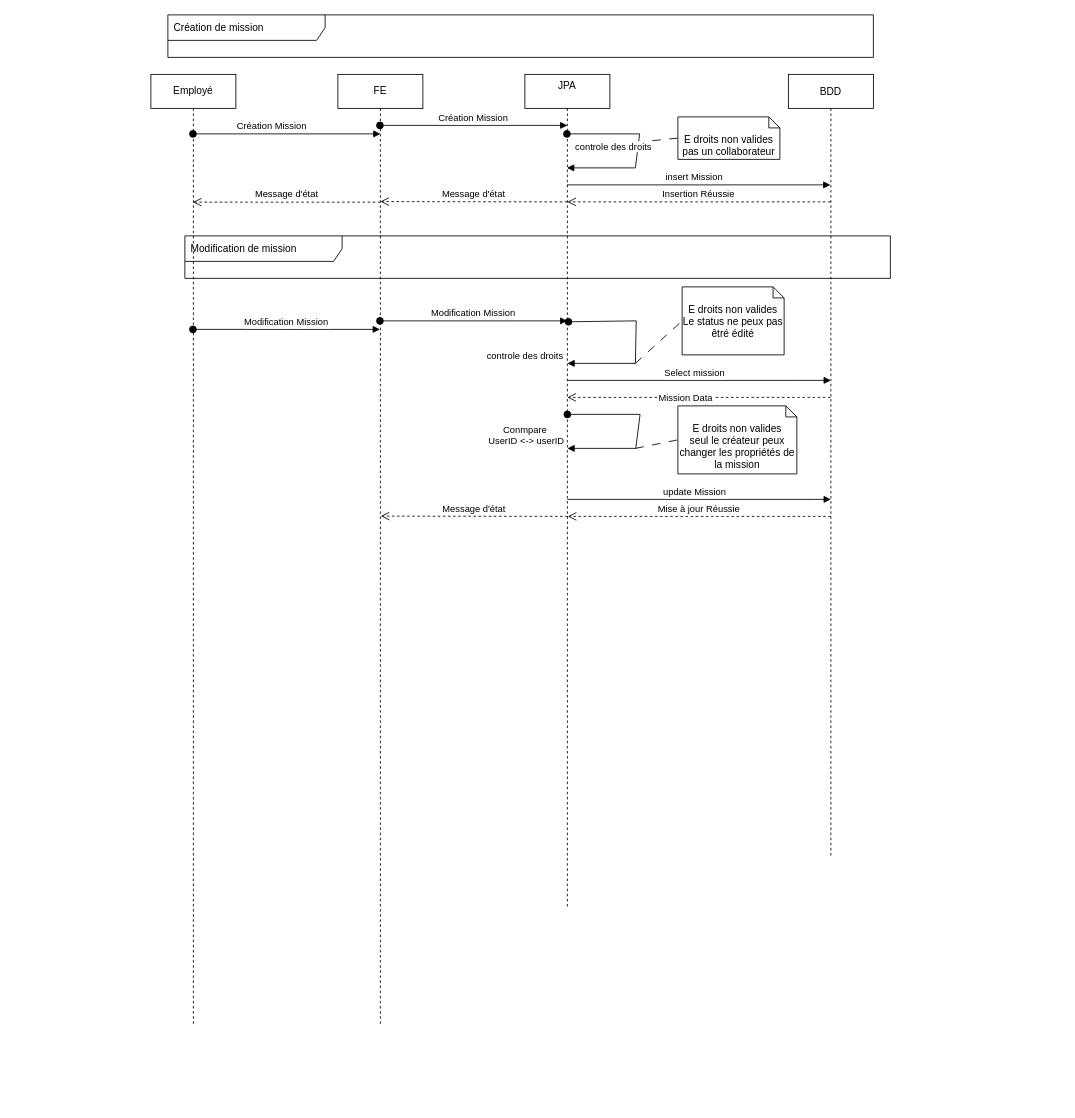
Earlier version of the draw.io diagram Conception/SequenceBE.drawio (VincentProuchet/Gestion_Missions_BE). Source tidied: cells renumbered, new cells numbered last; positions are measured from the earlier drawing's top-left corner, leaving out a move shared by most shapes. Both pictures are drawn from the tidied source at 85%, with x=0, y=0 at pixel (150, 14).
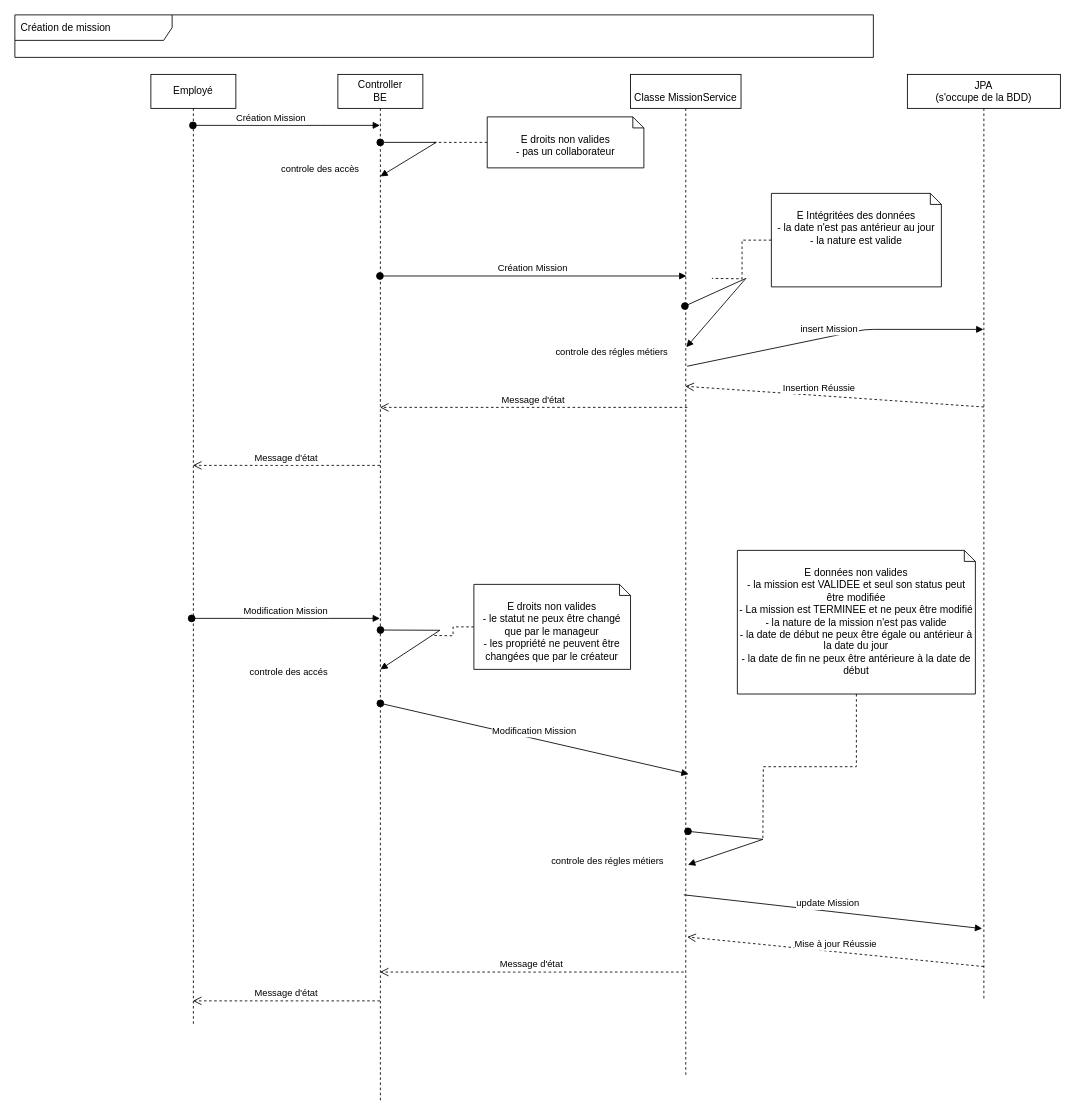
After the change.

Commit message:
Mettre à jour SequenceBE.drawio

The change refers to these unchanged cells:
```xml
<mxCell id="26" value="Employé" style="shape=umlLifeline;perimeter=lifelinePerimeter;whiteSpace=wrap;html=1;outlineConnect=0;" parent="1" vertex="1">
  <mxGeometry y="70" width="100" height="1120" as="geometry" />
</mxCell>
```

Diff of the diagram source:
```diff
@@
-    <mxCell id="2" value="JPA&#10;" style="shape=umlLifeline;perimeter=lifelinePerimeter;rounded=0;shadow=0;strokeWidth=1;" parent="1" vertex="1">
-      <mxGeometry x="440" y="70" width="100" height="980" as="geometry" />
+    <mxCell id="2" value="&#10;Classe MissionService" style="shape=umlLifeline;perimeter=lifelinePerimeter;rounded=0;shadow=0;strokeWidth=1;" parent="1" vertex="1">
+      <mxGeometry x="564.3" y="70" width="130" height="1180" as="geometry" />
     </mxCell>
+    <mxCell id="17" value="controle des régles métiers" style="html=1;verticalAlign=bottom;startArrow=oval;startFill=1;endArrow=block;startSize=8;rounded=0;exitX=0.52;exitY=0.636;exitDx=0;exitDy=0;exitPerimeter=0;entryX=0.52;entryY=0.788;entryDx=0;entryDy=0;entryPerimeter=0;" parent="2" edge="1" target="2">
+      <mxGeometry x="1" y="-72" relative="1" as="geometry">
+        <mxPoint x="67.6" y="890.5" as="sourcePoint" />
+        <Array as="points">
+          <mxPoint x="155.7" y="900" />
+        </Array>
+        <mxPoint x="-71" y="72" as="offset" />
+      </mxGeometry>
+    </mxCell>
-    <mxCell id="3" value="BDD" style="shape=umlLifeline;perimeter=lifelinePerimeter;rounded=0;shadow=0;strokeWidth=1;" parent="1" vertex="1">
-      <mxGeometry x="750" y="70" width="100" height="920" as="geometry" />
+    <mxCell id="3" value="JPA&#10;(s'occupe de la BDD)" style="shape=umlLifeline;perimeter=lifelinePerimeter;rounded=0;shadow=0;strokeWidth=1;" parent="1" vertex="1">
+      <mxGeometry x="890" y="70" width="180" height="1090" as="geometry" />
     </mxCell>
-    <mxCell id="4" style="endArrow=none;startArrow=none;endFill=0;startFill=0;endSize=8;html=1;verticalAlign=bottom;dashed=1;labelBackgroundColor=none;dashPattern=10 10;rounded=0;entryX=0;entryY=0.5;entryDx=0;entryDy=0;entryPerimeter=0;" parent="3" edge="1" target="11">
-      <mxGeometry relative="1" as="geometry">
-        <mxPoint x="-180" y="80" as="sourcePoint" />
-      </mxGeometry>
-    </mxCell>
-    <mxCell id="5" value="Insertion Réussie" style="verticalAlign=bottom;endArrow=open;dashed=1;endSize=8;shadow=0;strokeWidth=1;" parent="1" edge="1" source="3">
-      <mxGeometry relative="1" as="geometry">
-        <mxPoint x="490" y="220" as="targetPoint" />
-        <Array as="points">
-          <mxPoint x="770" y="220" />
-        </Array>
-      </mxGeometry>
+    <mxCell id="5" value="Insertion Réussie" style="verticalAlign=bottom;endArrow=open;dashed=1;endSize=8;shadow=0;strokeWidth=1;exitX=0.5;exitY=0.359;exitDx=0;exitDy=0;exitPerimeter=0;entryX=0.496;entryY=0.311;entryDx=0;entryDy=0;entryPerimeter=0;" parent="1" edge="1" source="3" target="2">
+      <mxGeometry x="0.1" relative="1" as="geometry" />
     </mxCell>
-    <mxCell id="6" value="insert Mission" style="verticalAlign=bottom;endArrow=block;shadow=0;strokeWidth=1;" parent="1" edge="1" source="2" target="3">
+    <mxCell id="6" value="insert Mission" style="verticalAlign=bottom;endArrow=block;shadow=0;strokeWidth=1;exitX=0.512;exitY=0.291;exitDx=0;exitDy=0;exitPerimeter=0;" parent="1" edge="1" source="2">
       <mxGeometry x="-0.03" relative="1" as="geometry">
+        <mxPoint x="979.5" y="370" as="targetPoint" />
         <Array as="points">
-          <mxPoint x="770" y="200" />
+          <mxPoint x="840" y="370" />
         </Array>
       </mxGeometry>
     </mxCell>
-    <mxCell id="7" value="FE" style="shape=umlLifeline;perimeter=lifelinePerimeter;whiteSpace=wrap;html=1;outlineConnect=0;" parent="1" vertex="1">
-      <mxGeometry x="220" y="70" width="100" height="1120" as="geometry" />
+    <mxCell id="7" value="&lt;div&gt;Controller&lt;/div&gt;&lt;div&gt;BE&lt;br&gt;&lt;/div&gt;" style="shape=umlLifeline;perimeter=lifelinePerimeter;whiteSpace=wrap;html=1;outlineConnect=0;" parent="1" vertex="1">
+      <mxGeometry x="220" y="70" width="100" height="1210" as="geometry" />
     </mxCell>
-    <mxCell id="8" value="Création Mission" style="verticalAlign=bottom;startArrow=oval;endArrow=block;startSize=8;shadow=0;strokeWidth=1;" parent="1" edge="1" source="7">
-      <mxGeometry relative="1" as="geometry">
-        <mxPoint x="490" y="130" as="targetPoint" />
-        <Array as="points">
-          <mxPoint x="490" y="130" />
-        </Array>
-      </mxGeometry>
-    </mxCell>
+    <mxCell id="30" value="&lt;div&gt;controle des accés&lt;/div&gt;" style="html=1;verticalAlign=bottom;startArrow=oval;startFill=1;endArrow=block;startSize=8;rounded=0;exitX=0.52;exitY=0.636;exitDx=0;exitDy=0;exitPerimeter=0;entryX=0.519;entryY=0.681;entryDx=0;entryDy=0;entryPerimeter=0;" parent="7" edge="1">
+      <mxGeometry x="1" y="-70" relative="1" as="geometry">
+        <mxPoint x="50.1" y="653.7" as="sourcePoint" />
+        <mxPoint x="50" y="700" as="targetPoint" />
+        <Array as="points">
+          <mxPoint x="120" y="654" />
+        </Array>
+        <mxPoint x="-69" y="70" as="offset" />
+      </mxGeometry>
+    </mxCell>
     <mxCell id="9" value="Création de mission" style="shape=umlFrame;whiteSpace=wrap;html=1;width=185;height=30;boundedLbl=1;verticalAlign=middle;align=left;spacingLeft=5;" parent="1" vertex="1">
-      <mxGeometry x="20" width="830" height="50" as="geometry" />
+      <mxGeometry x="-160" width="1010" height="50" as="geometry" />
     </mxCell>
-    <mxCell id="10" value="&lt;div&gt;controle des droits&lt;/div&gt;" style="html=1;verticalAlign=bottom;startArrow=oval;startFill=1;endArrow=block;startSize=8;rounded=0;" parent="1" edge="1" source="2" target="2">
-      <mxGeometry x="0.47" y="-16" relative="1" as="geometry">
+    <mxCell id="10" value="&lt;div&gt;controle des régles métiers&lt;/div&gt;" style="html=1;verticalAlign=bottom;startArrow=oval;startFill=1;endArrow=block;startSize=8;rounded=0;exitX=0.492;exitY=0.231;exitDx=0;exitDy=0;exitPerimeter=0;entryX=0.505;entryY=0.272;entryDx=0;entryDy=0;entryPerimeter=0;" parent="1" edge="1" source="2" target="2">
+      <mxGeometry x="1" y="-70" relative="1" as="geometry">
         <Array as="points">
-          <mxPoint x="575" y="140" />
-          <mxPoint x="570" y="180" />
+          <mxPoint x="700" y="310" />
         </Array>
+        <mxPoint x="-35" y="61" as="offset" />
       </mxGeometry>
     </mxCell>
+    <mxCell id="31" style="edgeStyle=orthogonalEdgeStyle;rounded=0;jettySize=auto;html=1;dashed=1;endArrow=none;endFill=0;" parent="1" edge="1" source="11">
+      <mxGeometry relative="1" as="geometry">
+        <mxPoint x="660" y="310" as="targetPoint" />
+      </mxGeometry>
+    </mxCell>
-    <mxCell id="11" value="&lt;div&gt;E droits non valides&lt;/div&gt;&lt;div&gt;pas un collaborateur&lt;br&gt;&lt;/div&gt;" style="shape=note2;boundedLbl=1;whiteSpace=wrap;html=1;size=13;verticalAlign=top;align=center;" parent="1" vertex="1">
-      <mxGeometry x="620" y="120" width="120" height="50" as="geometry" />
+    <mxCell id="11" value="&lt;div&gt;E Intégritées des données&lt;/div&gt;&lt;div&gt;- la date n'est pas antérieur au jour&lt;/div&gt;&lt;div&gt;- la nature est valide&lt;/div&gt;&lt;div&gt;&lt;br&gt;&lt;/div&gt;" style="shape=note2;boundedLbl=1;whiteSpace=wrap;html=1;size=13;verticalAlign=top;align=center;" parent="1" vertex="1">
+      <mxGeometry x="730" y="210" width="200" height="110" as="geometry" />
     </mxCell>
-    <mxCell id="12" value="Message d'état" style="verticalAlign=bottom;endArrow=open;dashed=1;endSize=8;shadow=0;strokeWidth=1;" parent="1" edge="1">
-      <mxGeometry relative="1" as="geometry">
-        <mxPoint x="490" y="220" as="sourcePoint" />
-        <mxPoint x="270" y="219.7" as="targetPoint" />
-      </mxGeometry>
+    <mxCell id="12" value="Message d'état" style="verticalAlign=bottom;endArrow=open;dashed=1;endSize=8;shadow=0;strokeWidth=1;exitX=0.514;exitY=0.332;exitDx=0;exitDy=0;exitPerimeter=0;" parent="1" edge="1" source="2" target="7">
+      <mxGeometry relative="1" as="geometry" />
     </mxCell>
-    <mxCell id="13" style="endArrow=none;startArrow=none;endFill=0;startFill=0;endSize=8;html=1;verticalAlign=bottom;dashed=1;labelBackgroundColor=none;dashPattern=10 10;rounded=0;entryX=0;entryY=0.5;entryDx=0;entryDy=0;entryPerimeter=0;" parent="1" edge="1" target="18">
-      <mxGeometry relative="1" as="geometry">
-        <mxPoint x="570" y="410" as="sourcePoint" />
-      </mxGeometry>
-    </mxCell>
-    <mxCell id="14" value="Mise à jour Réussie" style="verticalAlign=bottom;endArrow=open;dashed=1;endSize=8;shadow=0;strokeWidth=1;" parent="1" edge="1">
-      <mxGeometry relative="1" as="geometry">
-        <mxPoint x="800" y="590" as="sourcePoint" />
-        <mxPoint x="490.5" y="590" as="targetPoint" />
-        <Array as="points">
-          <mxPoint x="770.5" y="590" />
-        </Array>
-      </mxGeometry>
+    <mxCell id="14" value="Mise à jour Réussie" style="verticalAlign=bottom;endArrow=open;dashed=1;endSize=8;shadow=0;strokeWidth=1;entryX=0.513;entryY=0.86;entryDx=0;entryDy=0;entryPerimeter=0;exitX=0.5;exitY=0.963;exitDx=0;exitDy=0;exitPerimeter=0;" parent="1" edge="1" source="3" target="2">
+      <mxGeometry relative="1" as="geometry" />
     </mxCell>
-    <mxCell id="15" value="Select mission" style="verticalAlign=bottom;endArrow=block;shadow=0;strokeWidth=1;" parent="1" edge="1">
-      <mxGeometry x="-0.03" relative="1" as="geometry">
-        <mxPoint x="490" y="430" as="sourcePoint" />
-        <mxPoint x="800" y="430" as="targetPoint" />
-        <Array as="points">
-          <mxPoint x="770.5" y="430" />
-        </Array>
-      </mxGeometry>
-    </mxCell>
-    <mxCell id="16" value="Modification Mission" style="verticalAlign=bottom;startArrow=oval;endArrow=block;startSize=8;shadow=0;strokeWidth=1;" parent="1" edge="1" source="7">
+    <mxCell id="16" value="Modification Mission" style="verticalAlign=bottom;startArrow=oval;endArrow=block;startSize=8;shadow=0;strokeWidth=1;entryX=0.526;entryY=0.579;entryDx=0;entryDy=0;entryPerimeter=0;" parent="1" edge="1">
       <mxGeometry relative="1" as="geometry">
-        <mxPoint x="490" y="360" as="targetPoint" />
+        <mxPoint x="270" y="810" as="sourcePoint" />
+        <mxPoint x="632.7" y="893.2" as="targetPoint" />
       </mxGeometry>
     </mxCell>
-    <mxCell id="17" value="controle des droits" style="html=1;verticalAlign=bottom;startArrow=oval;startFill=1;endArrow=block;startSize=8;rounded=0;exitX=0.513;exitY=0.297;exitDx=0;exitDy=0;exitPerimeter=0;" parent="1" edge="1" source="2">
-      <mxGeometry x="1" y="50" relative="1" as="geometry">
-        <mxPoint x="490" y="410" as="targetPoint" />
-        <Array as="points">
-          <mxPoint x="571" y="360" />
-          <mxPoint x="570" y="410" />
-        </Array>
-        <mxPoint x="-50" y="-50" as="offset" />
-      </mxGeometry>
-    </mxCell>
-    <mxCell id="18" value="&lt;div&gt;E droits non valides&lt;/div&gt;&lt;div&gt;Le status ne peux pas êtré édité&lt;br&gt;&lt;/div&gt;" style="shape=note2;boundedLbl=1;whiteSpace=wrap;html=1;size=13;verticalAlign=top;align=center;" parent="1" vertex="1">
-      <mxGeometry x="625" y="320" width="120" height="80" as="geometry" />
-    </mxCell>
+    <mxCell id="32" style="edgeStyle=orthogonalEdgeStyle;rounded=0;jettySize=auto;html=1;dashed=1;endArrow=none;endFill=0;" parent="1" edge="1" source="18">
+      <mxGeometry relative="1" as="geometry">
+        <mxPoint x="720" y="970" as="targetPoint" />
+      </mxGeometry>
+    </mxCell>
-    <mxCell id="19" value="Message d'état" style="verticalAlign=bottom;endArrow=open;dashed=1;endSize=8;shadow=0;strokeWidth=1;" parent="1" edge="1">
-      <mxGeometry relative="1" as="geometry">
-        <mxPoint x="490.5" y="590" as="sourcePoint" />
-        <mxPoint x="270.5" y="589.7" as="targetPoint" />
-      </mxGeometry>
+    <mxCell id="19" value="Message d'état" style="verticalAlign=bottom;endArrow=open;dashed=1;endSize=8;shadow=0;strokeWidth=1;exitX=0.482;exitY=0.895;exitDx=0;exitDy=0;exitPerimeter=0;" parent="1" edge="1" source="2" target="7">
+      <mxGeometry relative="1" as="geometry" />
     </mxCell>
-    <mxCell id="20" value="Modification de mission" style="shape=umlFrame;whiteSpace=wrap;html=1;width=185;height=30;boundedLbl=1;verticalAlign=middle;align=left;spacingLeft=5;" parent="1" vertex="1">
-      <mxGeometry x="40" y="260" width="830" height="50" as="geometry" />
-    </mxCell>
-    <mxCell id="21" value="update Mission" style="verticalAlign=bottom;endArrow=block;shadow=0;strokeWidth=1;" parent="1" edge="1">
-      <mxGeometry x="-0.03" relative="1" as="geometry">
-        <mxPoint x="490" y="570" as="sourcePoint" />
-        <mxPoint x="800" y="570" as="targetPoint" />
-        <Array as="points">
-          <mxPoint x="770.5" y="570" />
-        </Array>
-      </mxGeometry>
+    <mxCell id="21" value="update Mission" style="verticalAlign=bottom;endArrow=block;shadow=0;strokeWidth=1;entryX=0.489;entryY=0.922;entryDx=0;entryDy=0;entryPerimeter=0;exitX=0.482;exitY=0.818;exitDx=0;exitDy=0;exitPerimeter=0;" parent="1" edge="1" source="2" target="3">
+      <mxGeometry x="-0.03" relative="1" as="geometry" />
     </mxCell>
-    <mxCell id="22" value="Mission Data" style="verticalAlign=bottom;endArrow=open;dashed=1;endSize=8;shadow=0;strokeWidth=1;" parent="1" edge="1">
-      <mxGeometry x="0.1" y="10" relative="1" as="geometry">
-        <mxPoint x="799.5" y="450" as="sourcePoint" />
-        <mxPoint x="490" y="450" as="targetPoint" />
-        <Array as="points">
-          <mxPoint x="770" y="450" />
-        </Array>
-      </mxGeometry>
-    </mxCell>
-    <mxCell id="23" value="&lt;div&gt;Conmpare&lt;/div&gt;&lt;div&gt;&amp;nbsp;UserID &amp;lt;-&amp;gt; userID&lt;br&gt;&lt;/div&gt;" style="html=1;verticalAlign=bottom;startArrow=oval;startFill=1;endArrow=block;startSize=8;rounded=0;" parent="1" edge="1">
-      <mxGeometry x="1" y="50" relative="1" as="geometry">
-        <mxPoint x="490" y="470" as="sourcePoint" />
-        <mxPoint x="490" y="510" as="targetPoint" />
-        <Array as="points">
-          <mxPoint x="575.5" y="470" />
-          <mxPoint x="570.5" y="510" />
-        </Array>
-        <mxPoint x="-50" y="-50" as="offset" />
-      </mxGeometry>
-    </mxCell>
-    <mxCell id="24" style="endArrow=none;startArrow=none;endFill=0;startFill=0;endSize=8;html=1;verticalAlign=bottom;dashed=1;labelBackgroundColor=none;dashPattern=10 10;rounded=0;entryX=0;entryY=0.5;entryDx=0;entryDy=0;entryPerimeter=0;" parent="1" edge="1" target="25">
-      <mxGeometry relative="1" as="geometry">
-        <mxPoint x="570" y="510" as="sourcePoint" />
-      </mxGeometry>
-    </mxCell>
-    <mxCell id="25" value="&lt;div&gt;E droits non valides&lt;/div&gt;&lt;div&gt;seul le créateur peux changer les propriétés de la mission&lt;br&gt;&lt;/div&gt;" style="shape=note2;boundedLbl=1;whiteSpace=wrap;html=1;size=13;verticalAlign=top;align=center;" parent="1" vertex="1">
-      <mxGeometry x="620" y="460" width="140" height="80" as="geometry" />
-    </mxCell>
@@
-    <mxCell id="27" value="Création Mission" style="verticalAlign=bottom;startArrow=oval;endArrow=block;startSize=8;shadow=0;strokeWidth=1;" parent="1" edge="1" source="26">
+    <mxCell id="27" value="Création Mission" style="verticalAlign=bottom;startArrow=oval;endArrow=block;startSize=8;shadow=0;strokeWidth=1;" parent="1" edge="1" source="26" target="7">
       <mxGeometry x="-0.16" relative="1" as="geometry">
-        <mxPoint x="270.2" y="140" as="targetPoint" />
         <Array as="points">
-          <mxPoint x="270.2" y="140" />
+          <mxPoint x="190" y="130" />
         </Array>
       </mxGeometry>
     </mxCell>
-    <mxCell id="28" value="Message d'état" style="verticalAlign=bottom;endArrow=open;dashed=1;endSize=8;shadow=0;strokeWidth=1;" parent="1" edge="1" target="26">
+    <mxCell id="28" value="Message d'état" style="verticalAlign=bottom;endArrow=open;dashed=1;endSize=8;shadow=0;strokeWidth=1;" parent="1" edge="1" source="7" target="26">
       <mxGeometry relative="1" as="geometry">
-        <mxPoint x="270" y="220.3" as="sourcePoint" />
+        <Array as="points">
+          <mxPoint x="220" y="530" />
+        </Array>
       </mxGeometry>
     </mxCell>
-    <mxCell id="29" value="Modification Mission" style="verticalAlign=bottom;startArrow=oval;endArrow=block;startSize=8;shadow=0;strokeWidth=1;" parent="1" edge="1" source="26" target="7">
+    <mxCell id="29" value="Modification Mission" style="verticalAlign=bottom;startArrow=oval;endArrow=block;startSize=8;shadow=0;strokeWidth=1;" parent="1" edge="1">
       <mxGeometry relative="1" as="geometry">
+        <mxPoint x="48" y="710" as="sourcePoint" />
+        <mxPoint x="269.5" y="710" as="targetPoint" />
         <Array as="points">
-          <mxPoint x="170" y="370" />
+          <mxPoint x="170" y="710" />
         </Array>
       </mxGeometry>
     </mxCell>
+    <mxCell id="8" value="Création Mission" style="verticalAlign=bottom;startArrow=oval;endArrow=block;startSize=8;shadow=0;strokeWidth=1;entryX=0.506;entryY=0.201;entryDx=0;entryDy=0;entryPerimeter=0;" parent="1" edge="1" source="7" target="2">
+      <mxGeometry relative="1" as="geometry" />
+    </mxCell>
+    <mxCell id="33" value="&lt;div&gt;controle des accès &lt;br&gt;&lt;/div&gt;" style="html=1;verticalAlign=bottom;startArrow=oval;startFill=1;endArrow=block;startSize=8;rounded=0;" parent="1" edge="1">
+      <mxGeometry x="1" y="-70" relative="1" as="geometry">
+        <mxPoint x="269.9" y="150" as="sourcePoint" />
+        <mxPoint x="270" y="190" as="targetPoint" />
+        <Array as="points">
+          <mxPoint x="335.7" y="150" />
+        </Array>
+        <mxPoint x="-34" y="60" as="offset" />
+      </mxGeometry>
+    </mxCell>
+    <mxCell id="34" style="edgeStyle=orthogonalEdgeStyle;rounded=0;jettySize=auto;html=1;dashed=1;endArrow=none;endFill=0;" parent="1" edge="1" source="35">
+      <mxGeometry relative="1" as="geometry">
+        <mxPoint x="330" y="150" as="targetPoint" />
+      </mxGeometry>
+    </mxCell>
+    <mxCell id="35" value="&lt;div&gt;E droits non valides&lt;/div&gt;&lt;div&gt;- pas un collaborateur&lt;/div&gt;" style="shape=note2;boundedLbl=1;whiteSpace=wrap;html=1;size=13;verticalAlign=top;align=center;" parent="1" vertex="1">
+      <mxGeometry x="395.7" y="120" width="184.3" height="60" as="geometry" />
+    </mxCell>
+    <mxCell id="36" style="edgeStyle=orthogonalEdgeStyle;rounded=0;jettySize=auto;html=1;dashed=1;strokeColor=none;endArrow=none;endFill=0;" parent="1" edge="1" source="38">
+      <mxGeometry relative="1" as="geometry">
+        <mxPoint x="320" y="760" as="targetPoint" />
+      </mxGeometry>
+    </mxCell>
+    <mxCell id="37" style="edgeStyle=orthogonalEdgeStyle;rounded=0;jettySize=auto;html=1;dashed=1;endArrow=none;endFill=0;" parent="1" edge="1" source="38">
+      <mxGeometry relative="1" as="geometry">
+        <mxPoint x="330" y="730" as="targetPoint" />
+      </mxGeometry>
+    </mxCell>
+    <mxCell id="38" value="&lt;div&gt;E droits non valides&lt;/div&gt;&lt;div&gt;- le statut ne peux être changé que par le manageur&lt;/div&gt;&lt;div&gt;- les propriété ne peuvent être changées que par le créateur&lt;br&gt;&lt;/div&gt;" style="shape=note2;boundedLbl=1;whiteSpace=wrap;html=1;size=13;verticalAlign=top;align=center;" parent="1" vertex="1">
+      <mxGeometry x="380" y="670" width="184.3" height="100" as="geometry" />
+    </mxCell>
+    <mxCell id="18" value="&lt;div&gt;E données non valides&lt;br&gt;&lt;/div&gt;&lt;div&gt;- la mission est VALIDEE et seul son status peut être modifiée&lt;/div&gt;&lt;div&gt;- La mission est TERMINEE et ne peux être modifié&lt;/div&gt;&lt;div&gt;- la nature de la mission n'est pas valide&lt;br&gt;&lt;/div&gt;&lt;div&gt;- la date de début ne peux être égale ou antérieur à la date du jour&lt;/div&gt;&lt;div&gt;- la date de fin ne peux être antérieure à la date de début&lt;br&gt;&lt;/div&gt;" style="shape=note2;boundedLbl=1;whiteSpace=wrap;html=1;size=13;verticalAlign=top;align=center;" parent="1" vertex="1">
+      <mxGeometry x="690" y="630" width="280" height="169" as="geometry" />
+    </mxCell>
+    <mxCell id="39" value="Message d'état" style="verticalAlign=bottom;endArrow=open;dashed=1;endSize=8;shadow=0;strokeWidth=1;" parent="1" edge="1" source="7" target="26">
+      <mxGeometry relative="1" as="geometry">
+        <Array as="points">
+          <mxPoint x="230" y="1160" />
+        </Array>
+      </mxGeometry>
+    </mxCell>
```
